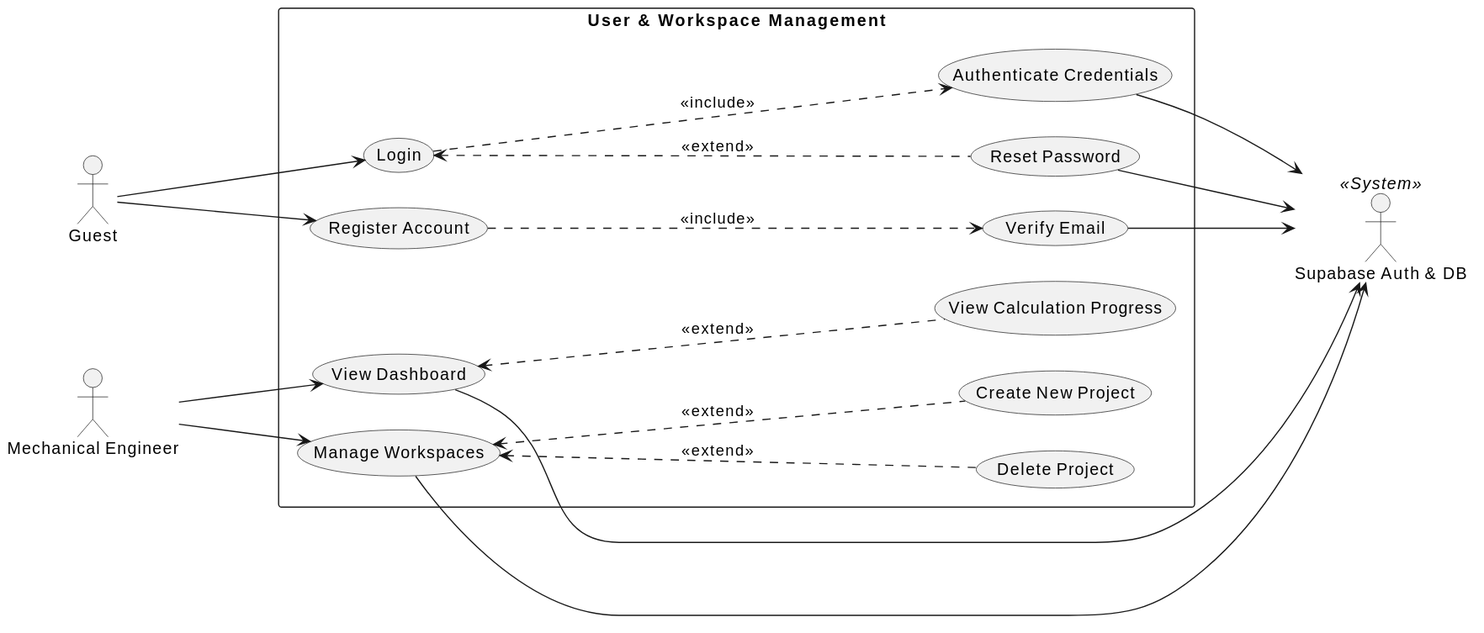
dvydinh/mechdrive keeps this PlantUML diagram as docs/uml/uc_user.svg. Above is the earlier version.
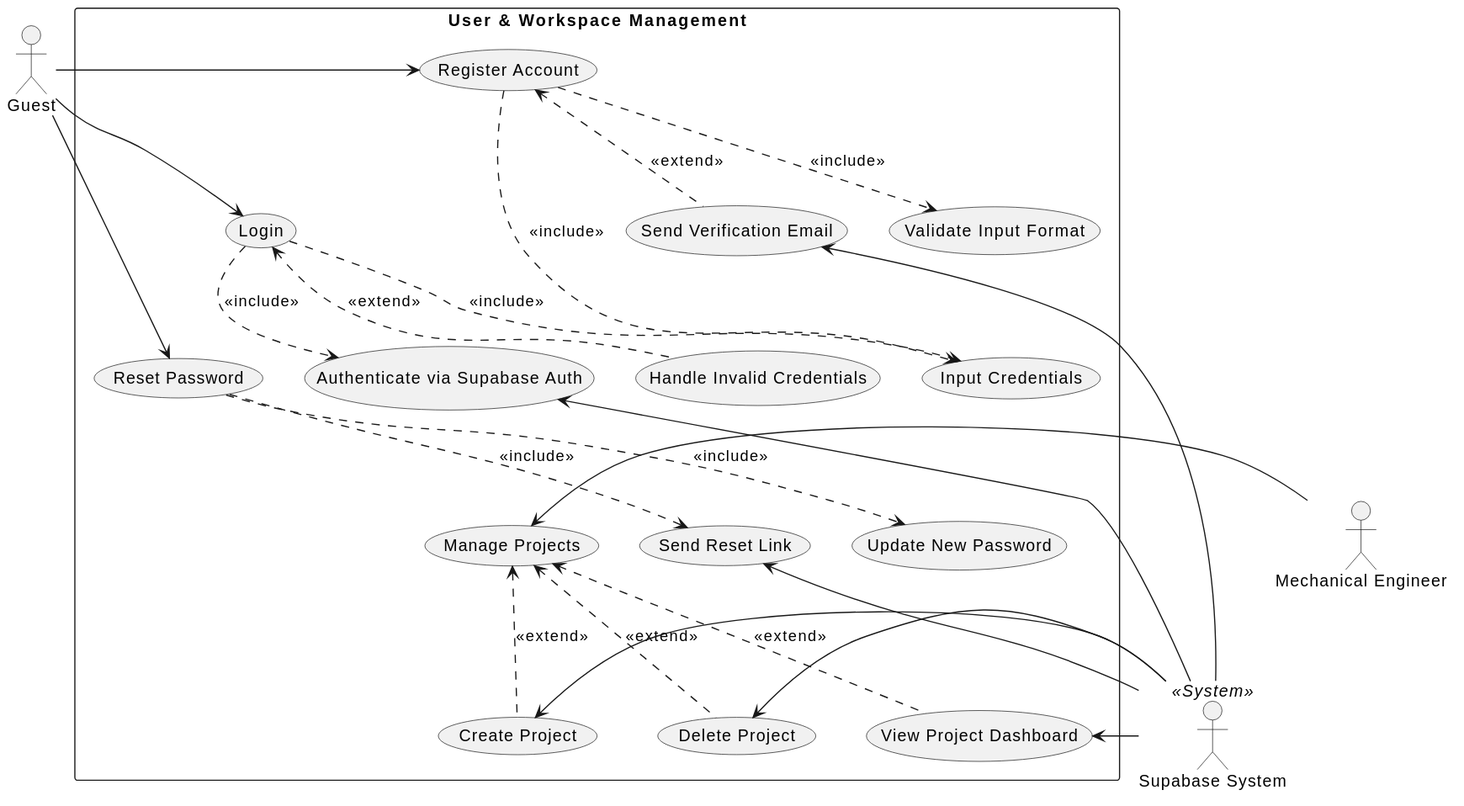
Later version of the same file.

The edit, as a diff of the source:
```diff
@@ -1,43 +1,57 @@
 @startuml
-left to right direction
 skinparam packageStyle rectangle
-skinparam nodesep 30
-skinparam ranksep 100
-skinparam wrapWidth 200
 
 actor "Guest" as guest
 actor "Mechanical Engineer" as eng
-actor "Supabase Auth & DB" as supa << System >>
+actor "Supabase System" as supa << System >>
 
 package "User & Workspace Management" {
   usecase "Register Account" as UC1
-  usecase "Verify Email" as UC1_1
+  usecase "Input Credentials" as UC1_1
+  usecase "Validate Input Format" as UC1_2
+  usecase "Send Verification Email" as UC1_3
+
   usecase "Login" as UC2
-  usecase "Authenticate Credentials" as UC2_1
-  usecase "Reset Password" as UC2_2
-  usecase "Manage Workspaces" as UC3
-  usecase "Create New Project" as UC3_1
-  usecase "Delete Project" as UC3_2
-  usecase "View Dashboard" as UC4
-  usecase "View Calculation Progress" as UC4_1
+  usecase "Authenticate via Supabase Auth" as UC2_1
+  usecase "Handle Invalid Credentials" as UC2_2
+
+  usecase "Reset Password" as UC3
+  usecase "Send Reset Link" as UC3_1
+  usecase "Update New Password" as UC3_2
+
+  usecase "Manage Projects" as UC4
+  usecase "Create Project" as UC4_1
+  usecase "Delete Project" as UC4_3
+  usecase "View Project Dashboard" as UC4_4
 }
 
-guest --> UC1
-UC1 ..down..> UC1_1 : <<include>>
-UC1_1 --> supa
+UC1 -[hidden]down-> UC2
+UC2 -[hidden]down-> UC3
+UC3 -[hidden]down-> UC4
 
-guest --> UC2
-UC2 ..down..> UC2_1 : <<include>>
-UC2_2 ..up..> UC2 : <<extend>>
-UC2_1 --> supa
-UC2_2 --> supa
+guest -right-> UC1
+UC1 .down.> UC1_1 : <<include>>
+UC1 .down.> UC1_2 : <<include>>
+UC1 <.down. UC1_3 : <<extend>>
 
-eng --> UC3
-UC3_1 ..up..> UC3 : <<extend>>
-UC3_2 ..up..> UC3 : <<extend>>
-UC3 --> supa
+guest -right-> UC2
+UC2 .down.> UC1_1 : <<include>>
+UC2 .down.> UC2_1 : <<include>>
+UC2 <.down. UC2_2 : <<extend>>
 
-eng --> UC4
-UC4_1 ..up..> UC4 : <<extend>>
-UC4 --> supa
+guest -right-> UC3
+UC3 .down.> UC3_1 : <<include>>
+UC3 .down.> UC3_2 : <<include>>
+
+eng -right-> UC4
+UC4 <.down. UC4_1 : <<extend>>
+UC4 <.down. UC4_3 : <<extend>>
+UC4 <.down. UC4_4 : <<extend>>
+
+supa -left-> UC1_3
+supa -left-> UC2_1
+supa -left-> UC3_1
+supa -left-> UC4_1
+supa -left-> UC4_3
+supa -left-> UC4_4
 @enduml
```
